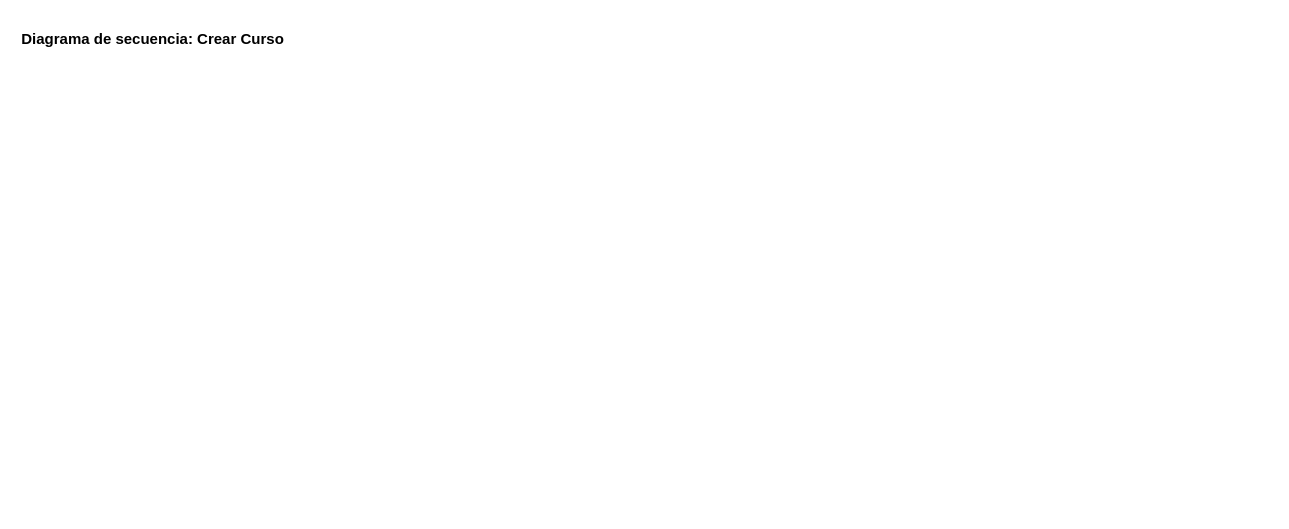
Before: page "Secuencia Crear Curso" (3 of 4) of Propuesta1ProyectoDesarrollo.drawio in ernestod10/Diagramas, a draw.io diagram. Source tidied: cells renumbered, new cells numbered last; positions are measured from the earlier drawing's top-left corner, leaving out a move shared by most shapes. Both pictures are drawn from the tidied source at 125%, with x=0, y=0 at pixel (102, 21).
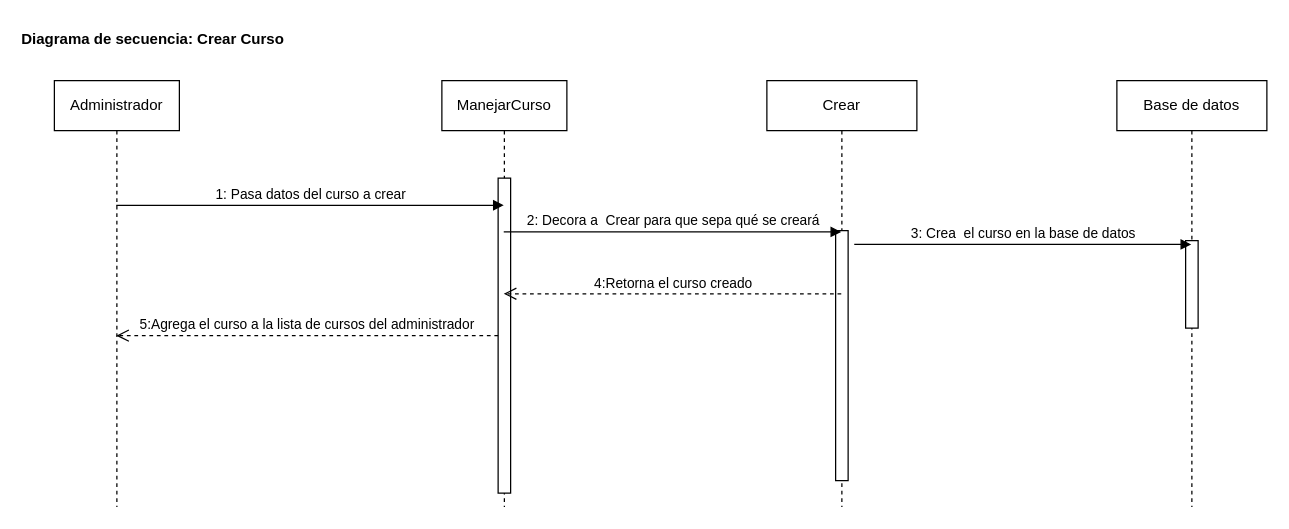
The same diagram, later.

Change to the diagram source:
```diff
@@
 <mxGraphModel>
   <root>
     <mxCell id="0" />
     <mxCell id="1" parent="0" />
     <mxCell id="2" value="Diagrama de secuencia: Crear Curso" style="text;align=center;fontStyle=1;verticalAlign=middle;spacingLeft=3;spacingRight=3;strokeColor=none;" parent="1" vertex="1">
       <mxGeometry width="80" height="26" as="geometry" />
     </mxCell>
+    <mxCell id="3" value="ManejarCurso" style="shape=umlLifeline;perimeter=lifelinePerimeter;whiteSpace=wrap;html=1;outlineConnect=0;" parent="1" vertex="1">
+      <mxGeometry x="271" y="47" width="100" height="341" as="geometry" />
+    </mxCell>
+    <mxCell id="4" style="html=1;points=[];perimeter=orthogonalPerimeter;" parent="3" vertex="1">
+      <mxGeometry x="45" y="78" width="10" height="252" as="geometry" />
+    </mxCell>
+    <mxCell id="5" value="Administrador" style="shape=umlLifeline;perimeter=lifelinePerimeter;whiteSpace=wrap;html=1;outlineConnect=0;" parent="1" vertex="1">
+      <mxGeometry x="-39" y="47" width="100" height="341" as="geometry" />
+    </mxCell>
+    <mxCell id="6" value="Base de datos" style="shape=umlLifeline;perimeter=lifelinePerimeter;whiteSpace=wrap;html=1;" parent="1" vertex="1">
+      <mxGeometry x="811" y="47" width="120" height="341" as="geometry" />
+    </mxCell>
+    <mxCell id="7" style="html=1;perimeter=orthogonalPerimeter;" parent="6" vertex="1">
+      <mxGeometry x="55" y="128" width="10" height="70" as="geometry" />
+    </mxCell>
+    <mxCell id="8" value="Crear" style="shape=umlLifeline;perimeter=lifelinePerimeter;whiteSpace=wrap;html=1;outlineConnect=0;" parent="1" vertex="1">
+      <mxGeometry x="531" y="47" width="120" height="341" as="geometry" />
+    </mxCell>
+    <mxCell id="9" style="html=1;perimeter=orthogonalPerimeter;" parent="8" vertex="1">
+      <mxGeometry x="55" y="120" width="10" height="200" as="geometry" />
+    </mxCell>
+    <mxCell id="10" value="1: Pasa datos del curso a crear" style="html=1;verticalAlign=bottom;endArrow=block;rounded=0;" parent="1" edge="1" source="5" target="3">
+      <mxGeometry relative="1" as="geometry">
+        <Array as="points">
+          <mxPoint x="166" y="146.7" />
+        </Array>
+      </mxGeometry>
+    </mxCell>
+    <mxCell id="11" value="2: Decora a&amp;nbsp; Crear para que sepa qué se creará" style="html=1;verticalAlign=bottom;endArrow=block;rounded=0;" parent="1" edge="1" source="3" target="8">
+      <mxGeometry relative="1" as="geometry">
+        <Array as="points">
+          <mxPoint x="466.1" y="168" />
+        </Array>
+      </mxGeometry>
+    </mxCell>
+    <mxCell id="12" value="4:Retorna el curso creado" style="html=1;verticalAlign=bottom;endArrow=open;dashed=1;endSize=8;rounded=0;" parent="1" edge="1" source="8" target="3">
+      <mxGeometry relative="1" as="geometry" />
+    </mxCell>
+    <mxCell id="13" value="3: Crea&amp;nbsp; el curso en la base de datos" style="html=1;verticalAlign=bottom;endArrow=block;rounded=0;" parent="1" edge="1">
+      <mxGeometry relative="1" as="geometry">
+        <mxPoint x="600.9" y="178" as="sourcePoint" />
+        <mxPoint x="870.5" y="178" as="targetPoint" />
+        <Array as="points">
+          <mxPoint x="746.1" y="178" />
+        </Array>
+      </mxGeometry>
+    </mxCell>
+    <mxCell id="14" value="5:Agrega el curso a la lista de cursos del administrador" style="html=1;verticalAlign=bottom;endArrow=open;dashed=1;endSize=8;rounded=0;" parent="1" edge="1" source="4" target="5">
+      <mxGeometry relative="1" as="geometry" />
+    </mxCell>
   </root>
 </mxGraphModel>
```
